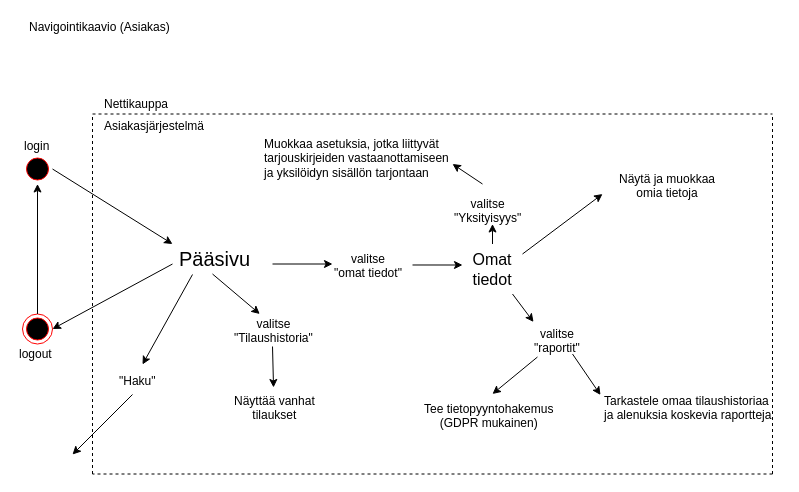
Earlier version of the draw.io diagram harjoitustyo/images/Navigointikaavio (asiakas).drawio (siikanen/jotu-2019). Source tidied: cells renumbered, new cells numbered last; positions are measured from the earlier drawing's top-left corner, leaving out a move shared by most shapes. Both pictures are drawn from the tidied source at 100%, with x=0, y=0 at pixel (17, 17).
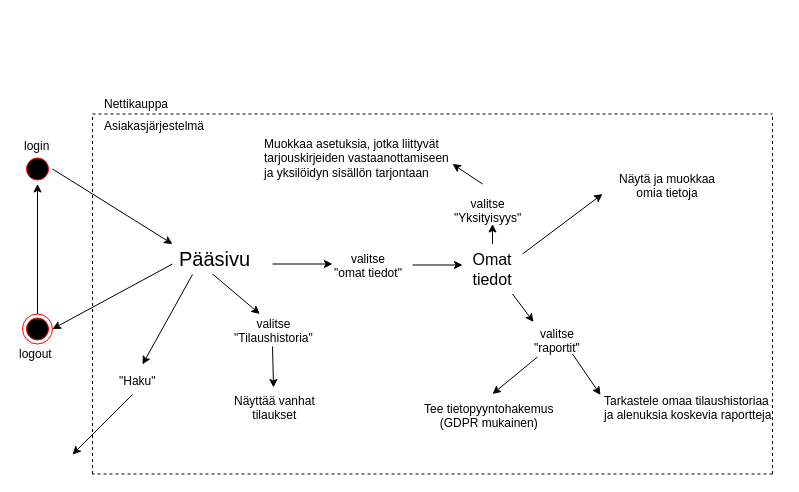
The same diagram, later.

What changed in the source:
```diff
@@
-    <mxCell id="9" value="Navigointikaavio (Asiakas)" style="text;html=1;align=left;verticalAlign=top;spacingTop=-4;" parent="1" vertex="1">
-      <mxGeometry x="10" width="150" height="20" as="geometry" />
-    </mxCell>
```
